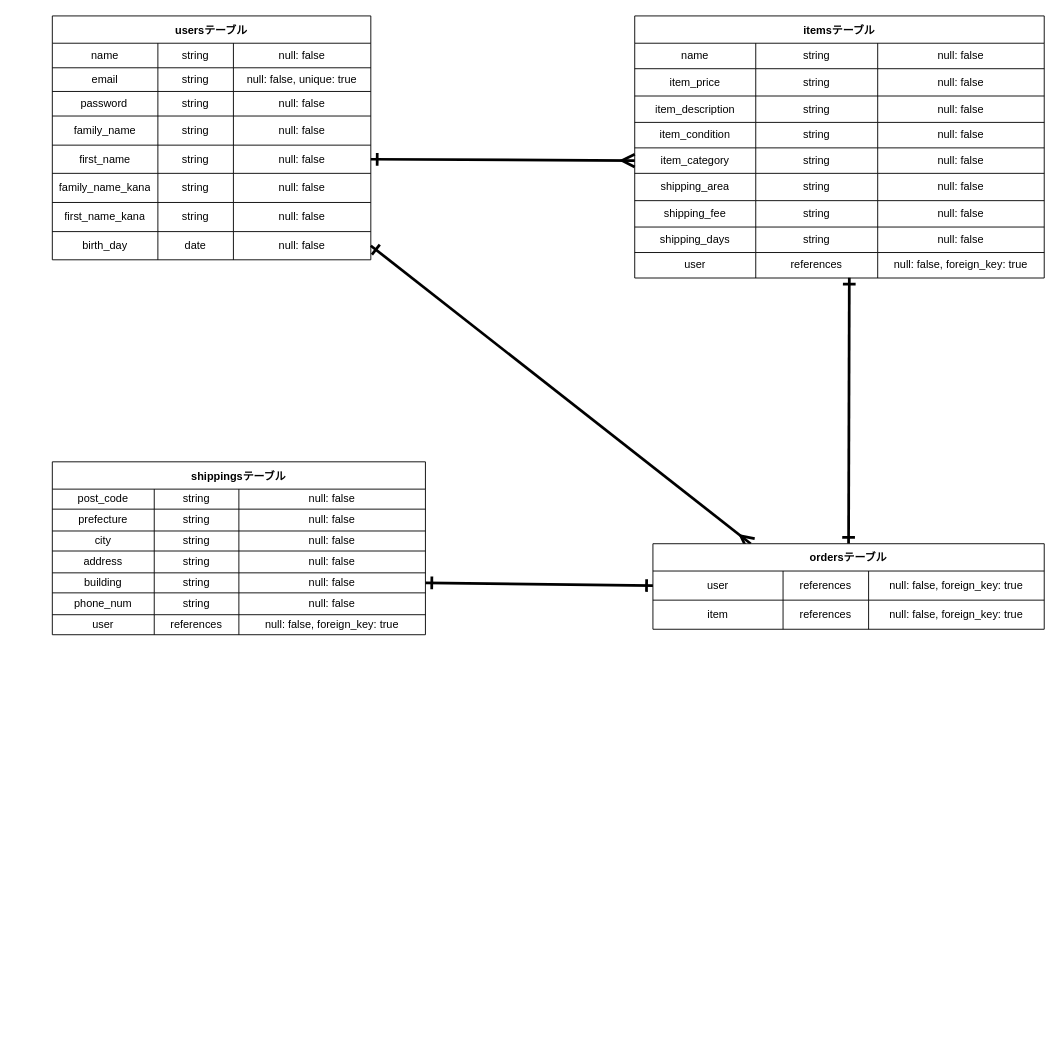
The draw.io diagram furima-37294.dio in ysd-hrkz/furima-37294, before the edit. Source tidied: cells renumbered, new cells numbered last; positions are measured from the earlier drawing's top-left corner, leaving out a move shared by most shapes. Both pictures are drawn from the tidied source at 91%, with x=0, y=0 at pixel (52, 15).
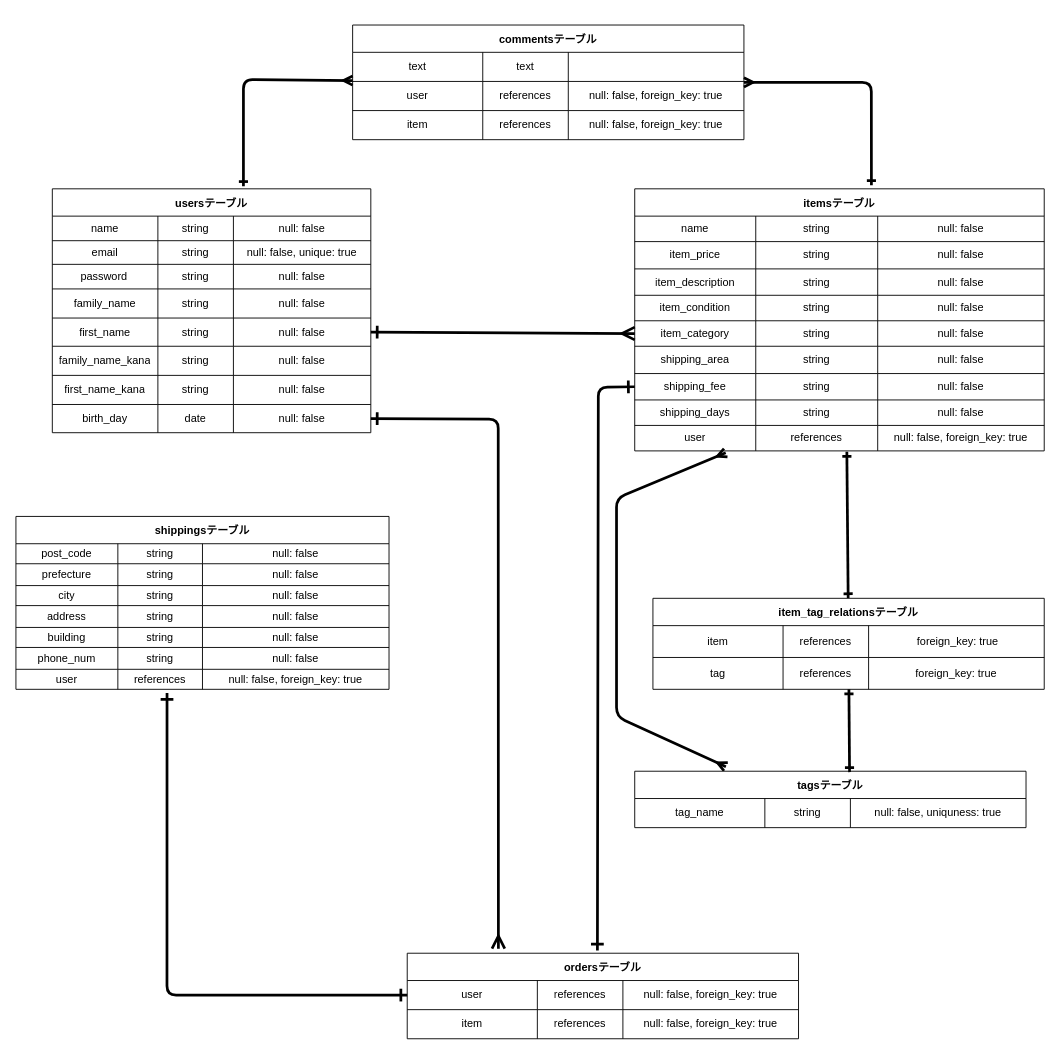
After the change.

Commit message (it also covers changes not shown here):
ER図、README修正

Unchanged cells that the change refers to:
```xml
<mxCell id="31" style="shape=partialRectangle;html=1;whiteSpace=wrap;fillColor=none;top=0;left=0;bottom=0;right=0;points=[[0,0.5],[1,0.5]];portConstraint=eastwest;" parent="2" vertex="1">
  <mxGeometry y="237" width="350" height="31" as="geometry" />
</mxCell>
<mxCell id="38" style="shape=partialRectangle;html=1;whiteSpace=wrap;fillColor=none;top=0;left=0;bottom=0;right=0;points=[[0,0.5],[1,0.5]];portConstraint=eastwest;" parent="37" vertex="1">
  <mxGeometry y="30" width="430" height="32" as="geometry" />
</mxCell>
<mxCell id="71" style="shape=partialRectangle;html=1;whiteSpace=wrap;fillColor=none;top=0;left=0;bottom=0;right=0;points=[[0,0.5],[1,0.5]];portConstraint=eastwest;" parent="46" vertex="1">
  <mxGeometry y="203" width="450" height="29" as="geometry" />
</mxCell>
<mxCell id="79" style="shape=partialRectangle;html=1;whiteSpace=wrap;fillColor=none;top=0;left=0;bottom=0;right=0;points=[[0,0.5],[1,0.5]];portConstraint=eastwest;" parent="46" vertex="1">
  <mxGeometry y="260" width="450" height="28" as="geometry" />
</mxCell>
<mxCell id="100" style="shape=partialRectangle;html=1;whiteSpace=wrap;fillColor=none;top=0;left=0;bottom=0;right=0;points=[[0,0.5],[1,0.5]];portConstraint=eastwest;" parent="83" vertex="1">
  <mxGeometry y="122" width="410" height="22" as="geometry" />
</mxCell>
<mxCell id="108" style="shape=partialRectangle;html=1;whiteSpace=wrap;fillColor=none;top=0;left=0;bottom=0;right=0;points=[[0,0.5],[1,0.5]];portConstraint=eastwest;" parent="83" vertex="1">
  <mxGeometry y="168" width="410" height="22" as="geometry" />
</mxCell>
```

Change to the diagram source:
```diff
@@
     <mxCell id="2" value="usersテーブル" style="shape=table;startSize=30;childLayout=tableLayout;fontStyle=1;align=center;" parent="1" vertex="1">
-      <mxGeometry width="350" height="268" as="geometry" />
+      <mxGeometry y="190" width="350" height="268" as="geometry" />
     </mxCell>
@@
-    <mxCell id="35" style="edgeStyle=none;html=1;exitX=0.25;exitY=0;exitDx=0;exitDy=0;entryX=1;entryY=0.5;entryDx=0;entryDy=0;startArrow=ERmany;startFill=0;endArrow=ERone;endFill=0;startSize=10;endSize=10;sourcePerimeterSpacing=10;targetPerimeterSpacing=10;strokeWidth=3;" parent="1" edge="1" source="37" target="31">
-      <mxGeometry relative="1" as="geometry" />
+    <mxCell id="35" style="edgeStyle=none;html=1;exitX=0.233;exitY=-0.053;exitDx=0;exitDy=0;entryX=1;entryY=0.5;entryDx=0;entryDy=0;startArrow=ERmany;startFill=0;endArrow=ERone;endFill=0;startSize=10;endSize=10;sourcePerimeterSpacing=10;targetPerimeterSpacing=10;strokeWidth=3;exitPerimeter=0;" parent="1" edge="1" source="37" target="31">
+      <mxGeometry relative="1" as="geometry">
+        <Array as="points">
+          <mxPoint x="490" y="443" />
+        </Array>
+      </mxGeometry>
     </mxCell>
-    <mxCell id="36" style="edgeStyle=none;html=1;exitX=0.5;exitY=0;exitDx=0;exitDy=0;entryX=0.524;entryY=0.988;entryDx=0;entryDy=0;entryPerimeter=0;startArrow=ERone;startFill=0;endArrow=ERone;endFill=0;startSize=10;endSize=10;sourcePerimeterSpacing=10;targetPerimeterSpacing=10;strokeWidth=3;" parent="1" edge="1" source="37" target="79">
-      <mxGeometry relative="1" as="geometry" />
+    <mxCell id="36" style="edgeStyle=none;html=1;startArrow=ERone;startFill=0;endArrow=ERone;endFill=0;startSize=10;endSize=10;sourcePerimeterSpacing=10;targetPerimeterSpacing=10;strokeWidth=3;entryX=0;entryY=0.5;entryDx=0;entryDy=0;exitX=0.486;exitY=-0.032;exitDx=0;exitDy=0;exitPerimeter=0;" parent="1" edge="1" source="37" target="71">
+      <mxGeometry relative="1" as="geometry">
+        <Array as="points">
+          <mxPoint x="600" y="408" />
+        </Array>
+      </mxGeometry>
     </mxCell>
     <mxCell id="37" value="ordersテーブル" style="shape=table;startSize=30;childLayout=tableLayout;fontStyle=1;align=center;" parent="1" vertex="1">
-      <mxGeometry x="660" y="580" width="430" height="94" as="geometry" />
+      <mxGeometry x="390" y="1030" width="430" height="94" as="geometry" />
     </mxCell>
@@
     <mxCell id="46" value="itemsテーブル" style="shape=table;startSize=30;childLayout=tableLayout;fontStyle=1;align=center;" parent="1" vertex="1">
-      <mxGeometry x="640" width="450" height="288" as="geometry" />
+      <mxGeometry x="640" y="190" width="450" height="288" as="geometry" />
     </mxCell>
@@
     <mxCell id="83" value="shippingsテーブル" style="shape=table;startSize=30;childLayout=tableLayout;fontStyle=1;align=center;" parent="1" vertex="1">
-      <mxGeometry y="490" width="410" height="190" as="geometry" />
+      <mxGeometry x="-40" y="550" width="410" height="190" as="geometry" />
     </mxCell>
@@
-    <mxCell id="113" style="edgeStyle=none;html=1;exitX=1;exitY=0.5;exitDx=0;exitDy=0;entryX=0;entryY=0.5;entryDx=0;entryDy=0;startArrow=ERone;startFill=0;endArrow=ERone;endFill=0;startSize=10;endSize=10;sourcePerimeterSpacing=10;targetPerimeterSpacing=10;strokeWidth=3;" parent="1" edge="1" source="100" target="38">
-      <mxGeometry relative="1" as="geometry" />
+    <mxCell id="113" style="edgeStyle=none;html=1;exitX=0.405;exitY=1.182;exitDx=0;exitDy=0;entryX=0;entryY=0.5;entryDx=0;entryDy=0;startArrow=ERone;startFill=0;endArrow=ERone;endFill=0;startSize=10;endSize=10;sourcePerimeterSpacing=10;targetPerimeterSpacing=10;strokeWidth=3;exitPerimeter=0;" parent="1" edge="1" source="108" target="38">
+      <mxGeometry relative="1" as="geometry">
+        <Array as="points">
+          <mxPoint x="126" y="1076" />
+        </Array>
+      </mxGeometry>
     </mxCell>
+    <mxCell id="114" style="edgeStyle=none;html=1;exitX=0.233;exitY=-0.081;exitDx=0;exitDy=0;startArrow=ERmany;startFill=0;endArrow=ERmany;endFill=0;strokeWidth=3;exitPerimeter=0;" parent="1" edge="1" source="115">
+      <mxGeometry relative="1" as="geometry">
+        <mxPoint x="740" y="480" as="targetPoint" />
+        <Array as="points">
+          <mxPoint x="620" y="770" />
+          <mxPoint x="620" y="530" />
+        </Array>
+      </mxGeometry>
+    </mxCell>
+    <mxCell id="115" value="tagsテーブル" style="shape=table;startSize=30;childLayout=tableLayout;fontStyle=1;align=center;" parent="1" vertex="1">
+      <mxGeometry x="640" y="830" width="430" height="62" as="geometry" />
+    </mxCell>
+    <mxCell id="116" style="shape=partialRectangle;html=1;whiteSpace=wrap;fillColor=none;top=0;left=0;bottom=0;right=0;" parent="115" vertex="1">
+      <mxGeometry y="30" width="430" height="32" as="geometry" />
+    </mxCell>
+    <mxCell id="117" value="tag_name" style="shape=partialRectangle;html=1;whiteSpace=wrap;fillColor=none;top=0;left=0;bottom=0;right=0;overflow=hidden;" parent="116" vertex="1">
+      <mxGeometry width="143" height="32" as="geometry" />
+    </mxCell>
+    <mxCell id="118" value="string" style="shape=partialRectangle;html=1;whiteSpace=wrap;fillColor=none;top=0;left=0;bottom=0;right=0;overflow=hidden;" parent="116" vertex="1">
+      <mxGeometry x="143" width="94" height="32" as="geometry" />
+    </mxCell>
+    <mxCell id="119" value="&lt;span&gt;null: false, uniquness: true&lt;/span&gt;" style="shape=partialRectangle;html=1;whiteSpace=wrap;fillColor=none;top=0;left=0;bottom=0;right=0;overflow=hidden;" parent="116" vertex="1">
+      <mxGeometry x="237" width="193" height="32" as="geometry" />
+    </mxCell>
+    <mxCell id="120" style="edgeStyle=none;html=1;entryX=0.518;entryY=1.036;entryDx=0;entryDy=0;entryPerimeter=0;strokeWidth=3;startArrow=ERone;startFill=0;endArrow=ERone;endFill=0;" parent="1" edge="1" source="122" target="79">
+      <mxGeometry relative="1" as="geometry" />
+    </mxCell>
+    <mxCell id="121" style="edgeStyle=none;html=1;entryX=0.549;entryY=0.016;entryDx=0;entryDy=0;entryPerimeter=0;strokeWidth=3;endArrow=ERone;endFill=0;startArrow=ERone;startFill=0;" parent="1" edge="1" source="122" target="115">
+      <mxGeometry relative="1" as="geometry" />
+    </mxCell>
+    <mxCell id="122" value="item_tag_relationsテーブル" style="shape=table;startSize=30;childLayout=tableLayout;fontStyle=1;align=center;" parent="1" vertex="1">
+      <mxGeometry x="660" y="640" width="430" height="100" as="geometry" />
+    </mxCell>
+    <mxCell id="123" style="shape=partialRectangle;html=1;whiteSpace=wrap;fillColor=none;top=0;left=0;bottom=0;right=0;" parent="122" vertex="1">
+      <mxGeometry y="30" width="430" height="35" as="geometry" />
+    </mxCell>
+    <mxCell id="124" value="item" style="shape=partialRectangle;html=1;whiteSpace=wrap;fillColor=none;top=0;left=0;bottom=0;right=0;overflow=hidden;" parent="123" vertex="1">
+      <mxGeometry width="143" height="35" as="geometry" />
+    </mxCell>
+    <mxCell id="125" value="references" style="shape=partialRectangle;html=1;whiteSpace=wrap;fillColor=none;top=0;left=0;bottom=0;right=0;overflow=hidden;" parent="123" vertex="1">
+      <mxGeometry x="143" width="94" height="35" as="geometry" />
+    </mxCell>
+    <mxCell id="126" value="&amp;nbsp;foreign_key: true" style="shape=partialRectangle;html=1;whiteSpace=wrap;fillColor=none;top=0;left=0;bottom=0;right=0;overflow=hidden;" parent="123" vertex="1">
+      <mxGeometry x="237" width="193" height="35" as="geometry" />
+    </mxCell>
+    <mxCell id="127" style="shape=partialRectangle;html=1;whiteSpace=wrap;fillColor=none;top=0;left=0;bottom=0;right=0;" parent="122" vertex="1">
+      <mxGeometry y="65" width="430" height="35" as="geometry" />
+    </mxCell>
+    <mxCell id="128" value="tag" style="shape=partialRectangle;html=1;whiteSpace=wrap;fillColor=none;top=0;left=0;bottom=0;right=0;overflow=hidden;" parent="127" vertex="1">
+      <mxGeometry width="143" height="35" as="geometry" />
+    </mxCell>
+    <mxCell id="129" value="references" style="shape=partialRectangle;html=1;whiteSpace=wrap;fillColor=none;top=0;left=0;bottom=0;right=0;overflow=hidden;" parent="127" vertex="1">
+      <mxGeometry x="143" width="94" height="35" as="geometry" />
+    </mxCell>
+    <mxCell id="130" value="foreign_key: true" style="shape=partialRectangle;html=1;whiteSpace=wrap;fillColor=none;top=0;left=0;bottom=0;right=0;overflow=hidden;" parent="127" vertex="1">
+      <mxGeometry x="237" width="193" height="35" as="geometry" />
+    </mxCell>
+    <mxCell id="131" style="edgeStyle=none;html=1;startArrow=ERmany;startFill=0;endArrow=ERone;endFill=0;strokeWidth=3;entryX=0.578;entryY=-0.014;entryDx=0;entryDy=0;entryPerimeter=0;" parent="1" edge="1" source="133" target="46">
+      <mxGeometry relative="1" as="geometry">
+        <Array as="points">
+          <mxPoint x="900" y="73" />
+        </Array>
+      </mxGeometry>
+    </mxCell>
+    <mxCell id="132" style="edgeStyle=none;html=1;startArrow=ERmany;startFill=0;endArrow=ERone;endFill=0;strokeWidth=3;entryX=0.6;entryY=-0.011;entryDx=0;entryDy=0;entryPerimeter=0;" parent="1" edge="1" source="133" target="2">
+      <mxGeometry relative="1" as="geometry">
+        <Array as="points">
+          <mxPoint x="210" y="70" />
+        </Array>
+      </mxGeometry>
+    </mxCell>
+    <mxCell id="133" value="commentsテーブル" style="shape=table;startSize=30;childLayout=tableLayout;fontStyle=1;align=center;" parent="1" vertex="1">
+      <mxGeometry x="330" y="10" width="430" height="126" as="geometry" />
+    </mxCell>
+    <mxCell id="134" style="shape=partialRectangle;html=1;whiteSpace=wrap;fillColor=none;top=0;left=0;bottom=0;right=0;" parent="133" vertex="1">
+      <mxGeometry y="30" width="430" height="32" as="geometry" />
+    </mxCell>
+    <mxCell id="135" value="text" style="shape=partialRectangle;html=1;whiteSpace=wrap;fillColor=none;top=0;left=0;bottom=0;right=0;overflow=hidden;" parent="134" vertex="1">
+      <mxGeometry width="143" height="32" as="geometry" />
+    </mxCell>
+    <mxCell id="136" value="text" style="shape=partialRectangle;html=1;whiteSpace=wrap;fillColor=none;top=0;left=0;bottom=0;right=0;overflow=hidden;" parent="134" vertex="1">
+      <mxGeometry x="143" width="94" height="32" as="geometry" />
+    </mxCell>
+    <mxCell id="137" style="shape=partialRectangle;html=1;whiteSpace=wrap;fillColor=none;top=0;left=0;bottom=0;right=0;overflow=hidden;" parent="134" vertex="1">
+      <mxGeometry x="237" width="193" height="32" as="geometry" />
+    </mxCell>
+    <mxCell id="138" style="shape=partialRectangle;html=1;whiteSpace=wrap;fillColor=none;top=0;left=0;bottom=0;right=0;" parent="133" vertex="1">
+      <mxGeometry y="62" width="430" height="32" as="geometry" />
+    </mxCell>
+    <mxCell id="139" value="user" style="shape=partialRectangle;html=1;whiteSpace=wrap;fillColor=none;top=0;left=0;bottom=0;right=0;overflow=hidden;" parent="138" vertex="1">
+      <mxGeometry width="143" height="32" as="geometry" />
+    </mxCell>
+    <mxCell id="140" value="references" style="shape=partialRectangle;html=1;whiteSpace=wrap;fillColor=none;top=0;left=0;bottom=0;right=0;overflow=hidden;" parent="138" vertex="1">
+      <mxGeometry x="143" width="94" height="32" as="geometry" />
+    </mxCell>
+    <mxCell id="141" value="null: false, foreign_key: true" style="shape=partialRectangle;html=1;whiteSpace=wrap;fillColor=none;top=0;left=0;bottom=0;right=0;overflow=hidden;" parent="138" vertex="1">
+      <mxGeometry x="237" width="193" height="32" as="geometry" />
+    </mxCell>
+    <mxCell id="142" style="shape=partialRectangle;html=1;whiteSpace=wrap;fillColor=none;top=0;left=0;bottom=0;right=0;" parent="133" vertex="1">
+      <mxGeometry y="94" width="430" height="32" as="geometry" />
+    </mxCell>
+    <mxCell id="143" value="item" style="shape=partialRectangle;html=1;whiteSpace=wrap;fillColor=none;top=0;left=0;bottom=0;right=0;overflow=hidden;" parent="142" vertex="1">
+      <mxGeometry width="143" height="32" as="geometry" />
+    </mxCell>
+    <mxCell id="144" value="references" style="shape=partialRectangle;html=1;whiteSpace=wrap;fillColor=none;top=0;left=0;bottom=0;right=0;overflow=hidden;" parent="142" vertex="1">
+      <mxGeometry x="143" width="94" height="32" as="geometry" />
+    </mxCell>
+    <mxCell id="145" value="null: false, foreign_key: true" style="shape=partialRectangle;html=1;whiteSpace=wrap;fillColor=none;top=0;left=0;bottom=0;right=0;overflow=hidden;" parent="142" vertex="1">
+      <mxGeometry x="237" width="193" height="32" as="geometry" />
+    </mxCell>
```
